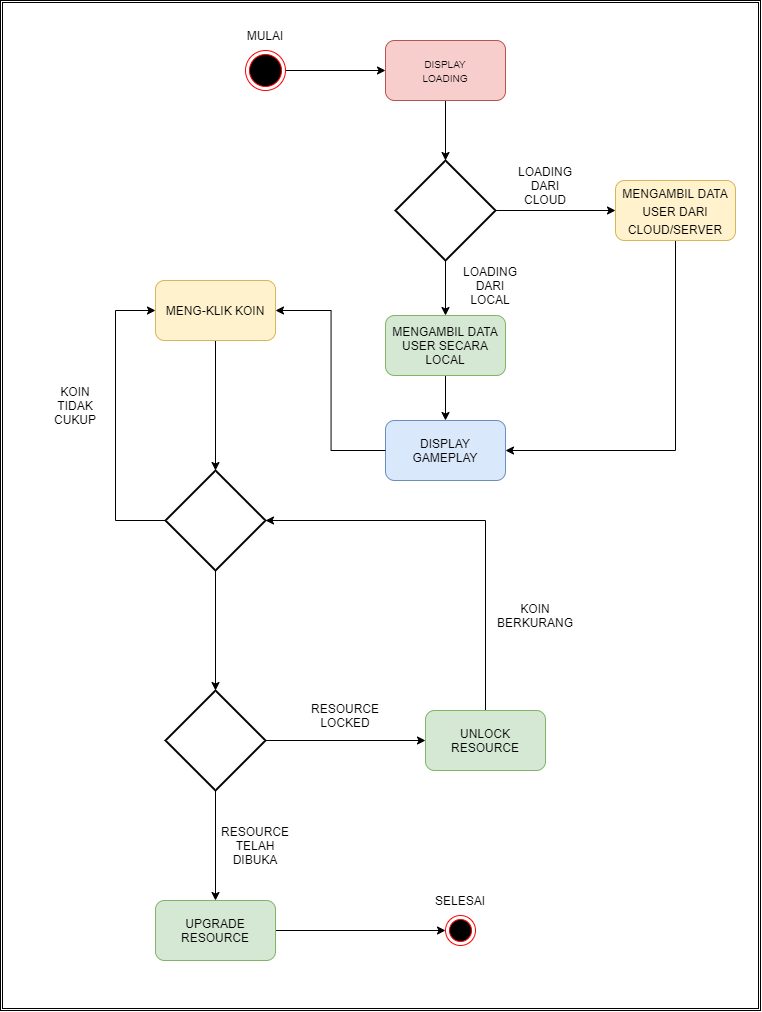
The draw.io diagram Activity Diagram.drawio.png in andreasmarbun14/Diagram-Draw-io, before a commit. Source tidied: cells renumbered, new cells last; positions are measured from the earlier drawing's top-left corner, leaving out a move shared by most shapes. The source it was exported from:
```xml
<mxGraphModel>
  <root>
    <mxCell id="0" />
    <mxCell id="1" parent="0" />
    <mxCell id="2" style="shape=ext;double=1;rounded=0;whiteSpace=wrap;html=1;fontSize=12;" parent="1" vertex="1">
      <mxGeometry width="760" height="1010" as="geometry" />
    </mxCell>
    <mxCell id="3" style="edgeStyle=orthogonalEdgeStyle;rounded=0;jettySize=auto;html=1;entryX=0;entryY=0.5;entryDx=0;entryDy=0;fontSize=12;" parent="1" edge="1" source="4" target="7">
      <mxGeometry relative="1" as="geometry" />
    </mxCell>
    <mxCell id="4" style="ellipse;html=1;shape=endState;fillColor=#000000;strokeColor=#ff0000;" parent="1" vertex="1">
      <mxGeometry x="245" y="50" width="40" height="40" as="geometry" />
    </mxCell>
    <mxCell id="5" value="MULAI" style="text;html=1;strokeColor=none;fillColor=none;align=center;verticalAlign=middle;whiteSpace=wrap;rounded=0;" parent="1" vertex="1">
      <mxGeometry x="235" y="20" width="60" height="30" as="geometry" />
    </mxCell>
    <mxCell id="6" style="edgeStyle=orthogonalEdgeStyle;rounded=0;jettySize=auto;html=1;entryX=0.5;entryY=0;entryDx=0;entryDy=0;entryPerimeter=0;fontSize=12;" parent="1" edge="1" source="7" target="10">
      <mxGeometry relative="1" as="geometry" />
    </mxCell>
    <mxCell id="7" value="&lt;font size=&quot;1&quot;&gt;DISPLAY&lt;br&gt;LOADING&lt;br&gt;&lt;/font&gt;" style="rounded=1;whiteSpace=wrap;html=1;fillColor=#f8cecc;strokeColor=#b85450;" parent="1" vertex="1">
      <mxGeometry x="385" y="40" width="120" height="60" as="geometry" />
    </mxCell>
    <mxCell id="8" style="edgeStyle=orthogonalEdgeStyle;rounded=0;jettySize=auto;html=1;entryX=0.5;entryY=0;entryDx=0;entryDy=0;fontSize=12;" parent="1" edge="1" source="10" target="15">
      <mxGeometry relative="1" as="geometry" />
    </mxCell>
    <mxCell id="9" style="edgeStyle=orthogonalEdgeStyle;rounded=0;jettySize=auto;html=1;entryX=0;entryY=0.5;entryDx=0;entryDy=0;fontSize=12;" parent="1" edge="1" source="10" target="12">
      <mxGeometry relative="1" as="geometry" />
    </mxCell>
    <mxCell id="10" style="strokeWidth=2;html=1;shape=mxgraph.flowchart.decision;whiteSpace=wrap;fontSize=15;" parent="1" vertex="1">
      <mxGeometry x="395" y="160" width="100" height="100" as="geometry" />
    </mxCell>
    <mxCell id="11" style="edgeStyle=orthogonalEdgeStyle;rounded=0;jettySize=auto;html=1;fontSize=12;entryX=1;entryY=0.5;entryDx=0;entryDy=0;" parent="1" edge="1" source="12" target="17">
      <mxGeometry relative="1" as="geometry">
        <Array as="points">
          <mxPoint x="675" y="450" />
        </Array>
      </mxGeometry>
    </mxCell>
    <mxCell id="12" value="&lt;font style=&quot;font-size: 12px&quot;&gt;MENGAMBIL DATA USER DARI CLOUD/SERVER&lt;/font&gt;" style="rounded=1;whiteSpace=wrap;html=1;fontSize=15;fillColor=#fff2cc;strokeColor=#d6b656;" parent="1" vertex="1">
      <mxGeometry x="615" y="180" width="120" height="60" as="geometry" />
    </mxCell>
    <mxCell id="13" value="LOADING&lt;br&gt;DARI&lt;br&gt;CLOUD" style="text;html=1;strokeColor=none;fillColor=none;align=center;verticalAlign=middle;whiteSpace=wrap;rounded=0;fontSize=12;" parent="1" vertex="1">
      <mxGeometry x="515" y="170" width="60" height="30" as="geometry" />
    </mxCell>
    <mxCell id="14" style="edgeStyle=orthogonalEdgeStyle;rounded=0;jettySize=auto;html=1;entryX=0.5;entryY=0;entryDx=0;entryDy=0;fontSize=12;" parent="1" edge="1" source="15" target="17">
      <mxGeometry relative="1" as="geometry" />
    </mxCell>
    <mxCell id="15" value="MENGAMBIL DATA USER SECARA LOCAL" style="rounded=1;whiteSpace=wrap;html=1;fontSize=12;fillColor=#d5e8d4;strokeColor=#82b366;" parent="1" vertex="1">
      <mxGeometry x="385" y="315" width="120" height="60" as="geometry" />
    </mxCell>
    <mxCell id="16" value="LOADING DARI LOCAL" style="text;html=1;strokeColor=none;fillColor=none;align=center;verticalAlign=middle;whiteSpace=wrap;rounded=0;fontSize=12;" parent="1" vertex="1">
      <mxGeometry x="460" y="270" width="60" height="30" as="geometry" />
    </mxCell>
    <mxCell id="17" value="DISPLAY&lt;br&gt;GAMEPLAY" style="rounded=1;whiteSpace=wrap;html=1;fontSize=12;fillColor=#dae8fc;strokeColor=#6c8ebf;" parent="1" vertex="1">
      <mxGeometry x="385" y="420" width="120" height="60" as="geometry" />
    </mxCell>
    <mxCell id="18" style="edgeStyle=orthogonalEdgeStyle;rounded=0;jettySize=auto;html=1;entryX=0.5;entryY=0;entryDx=0;entryDy=0;entryPerimeter=0;fontSize=12;" parent="1" edge="1" source="19" target="23">
      <mxGeometry relative="1" as="geometry" />
    </mxCell>
    <mxCell id="19" value="MENG-KLIK KOIN" style="rounded=1;whiteSpace=wrap;html=1;fontSize=12;fillColor=#fff2cc;strokeColor=#d6b656;" parent="1" vertex="1">
      <mxGeometry x="155" y="280" width="120" height="60" as="geometry" />
    </mxCell>
    <mxCell id="20" style="edgeStyle=elbowEdgeStyle;elbow=horizontal;endArrow=classic;html=1;rounded=0;fontSize=12;entryX=1;entryY=0.5;entryDx=0;entryDy=0;exitX=0;exitY=0.5;exitDx=0;exitDy=0;" parent="1" edge="1" source="17" target="19">
      <mxGeometry relative="1" as="geometry" />
    </mxCell>
    <mxCell id="21" style="edgeStyle=orthogonalEdgeStyle;rounded=0;jettySize=auto;html=1;entryX=0;entryY=0.5;entryDx=0;entryDy=0;fontSize=12;exitX=0;exitY=0.5;exitDx=0;exitDy=0;exitPerimeter=0;" parent="1" edge="1" source="23" target="19">
      <mxGeometry relative="1" as="geometry">
        <Array as="points">
          <mxPoint x="115" y="520" />
          <mxPoint x="115" y="310" />
        </Array>
      </mxGeometry>
    </mxCell>
    <mxCell id="22" style="edgeStyle=orthogonalEdgeStyle;rounded=0;jettySize=auto;html=1;entryX=0.5;entryY=0;entryDx=0;entryDy=0;entryPerimeter=0;fontSize=12;" parent="1" edge="1" source="23" target="27">
      <mxGeometry relative="1" as="geometry" />
    </mxCell>
    <mxCell id="23" style="strokeWidth=2;html=1;shape=mxgraph.flowchart.decision;whiteSpace=wrap;fontSize=12;" parent="1" vertex="1">
      <mxGeometry x="165" y="470" width="100" height="100" as="geometry" />
    </mxCell>
    <mxCell id="24" value="KOIN&lt;br&gt;TIDAK&lt;br&gt;CUKUP&lt;br&gt;" style="text;html=1;align=center;verticalAlign=middle;whiteSpace=wrap;rounded=0;fontSize=12;" parent="1" vertex="1">
      <mxGeometry x="45" y="390" width="60" height="30" as="geometry" />
    </mxCell>
    <mxCell id="25" style="edgeStyle=orthogonalEdgeStyle;rounded=0;jettySize=auto;html=1;entryX=0;entryY=0.5;entryDx=0;entryDy=0;fontSize=12;" parent="1" edge="1" source="27" target="29">
      <mxGeometry relative="1" as="geometry" />
    </mxCell>
    <mxCell id="26" style="edgeStyle=orthogonalEdgeStyle;rounded=0;jettySize=auto;html=1;fontSize=12;entryX=0.5;entryY=0;entryDx=0;entryDy=0;" parent="1" edge="1" source="27" target="33">
      <mxGeometry relative="1" as="geometry" />
    </mxCell>
    <mxCell id="27" style="strokeWidth=2;html=1;shape=mxgraph.flowchart.decision;whiteSpace=wrap;fontSize=12;" parent="1" vertex="1">
      <mxGeometry x="165" y="690" width="100" height="100" as="geometry" />
    </mxCell>
    <mxCell id="28" style="edgeStyle=orthogonalEdgeStyle;rounded=0;jettySize=auto;html=1;entryX=1;entryY=0.5;entryDx=0;entryDy=0;entryPerimeter=0;fontSize=12;" parent="1" edge="1" source="29" target="23">
      <mxGeometry relative="1" as="geometry">
        <Array as="points">
          <mxPoint x="485" y="520" />
        </Array>
      </mxGeometry>
    </mxCell>
    <mxCell id="29" value="UNLOCK RESOURCE" style="rounded=1;whiteSpace=wrap;html=1;fontSize=12;fillColor=#d5e8d4;strokeColor=#82b366;" parent="1" vertex="1">
      <mxGeometry x="425" y="710" width="120" height="60" as="geometry" />
    </mxCell>
    <mxCell id="30" value="RESOURCE&lt;br&gt;LOCKED" style="text;html=1;strokeColor=none;fillColor=none;align=center;verticalAlign=middle;whiteSpace=wrap;rounded=0;fontSize=12;" parent="1" vertex="1">
      <mxGeometry x="315" y="700" width="60" height="30" as="geometry" />
    </mxCell>
    <mxCell id="31" value="KOIN BERKURANG" style="text;html=1;strokeColor=none;fillColor=none;align=center;verticalAlign=middle;whiteSpace=wrap;rounded=0;fontSize=12;" parent="1" vertex="1">
      <mxGeometry x="505" y="600" width="60" height="30" as="geometry" />
    </mxCell>
    <mxCell id="32" style="edgeStyle=orthogonalEdgeStyle;rounded=0;jettySize=auto;html=1;entryX=0;entryY=0.5;entryDx=0;entryDy=0;fontSize=12;" parent="1" edge="1" source="33" target="35">
      <mxGeometry relative="1" as="geometry" />
    </mxCell>
    <mxCell id="33" value="UPGRADE RESOURCE" style="rounded=1;whiteSpace=wrap;html=1;fontSize=12;fillColor=#d5e8d4;strokeColor=#82b366;" parent="1" vertex="1">
      <mxGeometry x="155" y="900" width="120" height="60" as="geometry" />
    </mxCell>
    <mxCell id="34" value="RESOURCE&lt;br&gt;TELAH&lt;br&gt;DIBUKA" style="text;html=1;strokeColor=none;fillColor=none;align=center;verticalAlign=middle;whiteSpace=wrap;rounded=0;fontSize=12;" parent="1" vertex="1">
      <mxGeometry x="225" y="830" width="60" height="30" as="geometry" />
    </mxCell>
    <mxCell id="35" style="ellipse;html=1;shape=endState;fillColor=#000000;strokeColor=#ff0000;fontSize=12;" parent="1" vertex="1">
      <mxGeometry x="445" y="915" width="30" height="30" as="geometry" />
    </mxCell>
    <mxCell id="36" value="SELESAI" style="text;html=1;strokeColor=none;fillColor=none;align=center;verticalAlign=middle;whiteSpace=wrap;rounded=0;fontSize=12;" parent="1" vertex="1">
      <mxGeometry x="430" y="885" width="60" height="30" as="geometry" />
    </mxCell>
  </root>
</mxGraphModel>
```
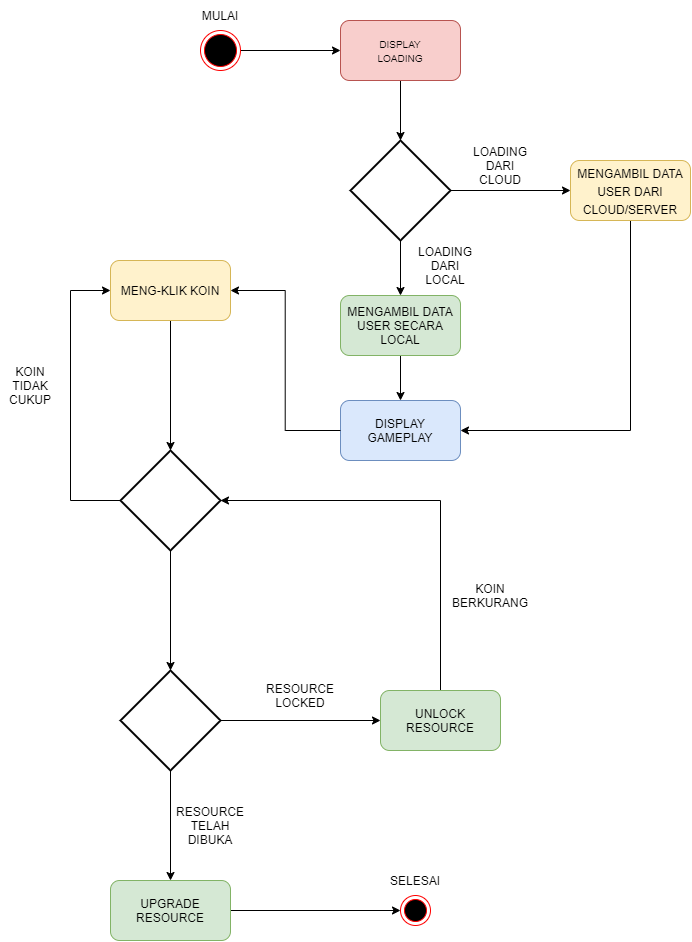
After the change.

Diff of the diagram source:
```diff
@@ -2,9 +2,6 @@
   <root>
     <mxCell id="0" />
     <mxCell id="1" parent="0" />
-    <mxCell id="2" style="shape=ext;double=1;rounded=0;whiteSpace=wrap;html=1;fontSize=12;" parent="1" vertex="1">
-      <mxGeometry width="760" height="1010" as="geometry" />
-    </mxCell>
     <mxCell id="3" style="edgeStyle=orthogonalEdgeStyle;rounded=0;jettySize=auto;html=1;entryX=0;entryY=0.5;entryDx=0;entryDy=0;fontSize=12;" parent="1" edge="1" source="4" target="7">
       <mxGeometry relative="1" as="geometry" />
     </mxCell>
```
